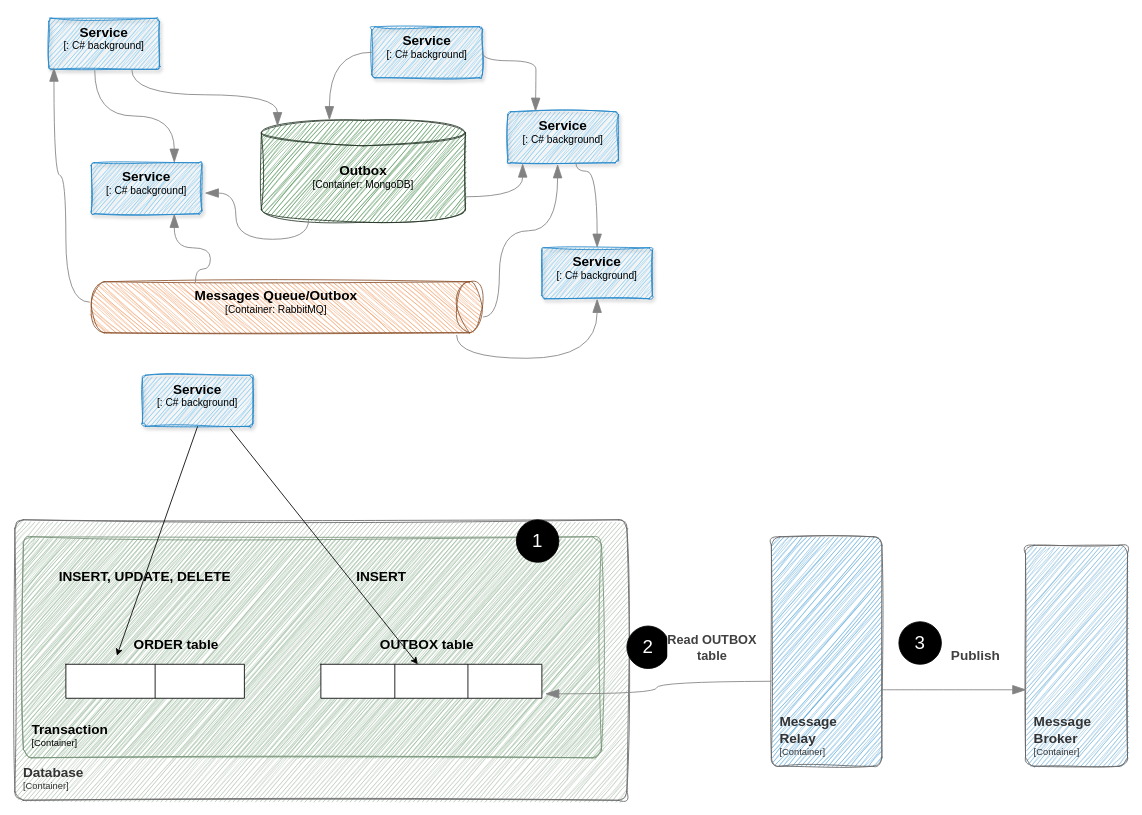
Before: docs/OutboxBreve.drawio in bvarandas/ExchangeX, a draw.io diagram. Source tidied: cells renumbered, new cells numbered last; positions are measured from the earlier drawing's top-left corner, leaving out a move shared by most shapes. Both pictures are drawn from the tidied source at 85%, with x=0, y=0 at pixel (14, 18).
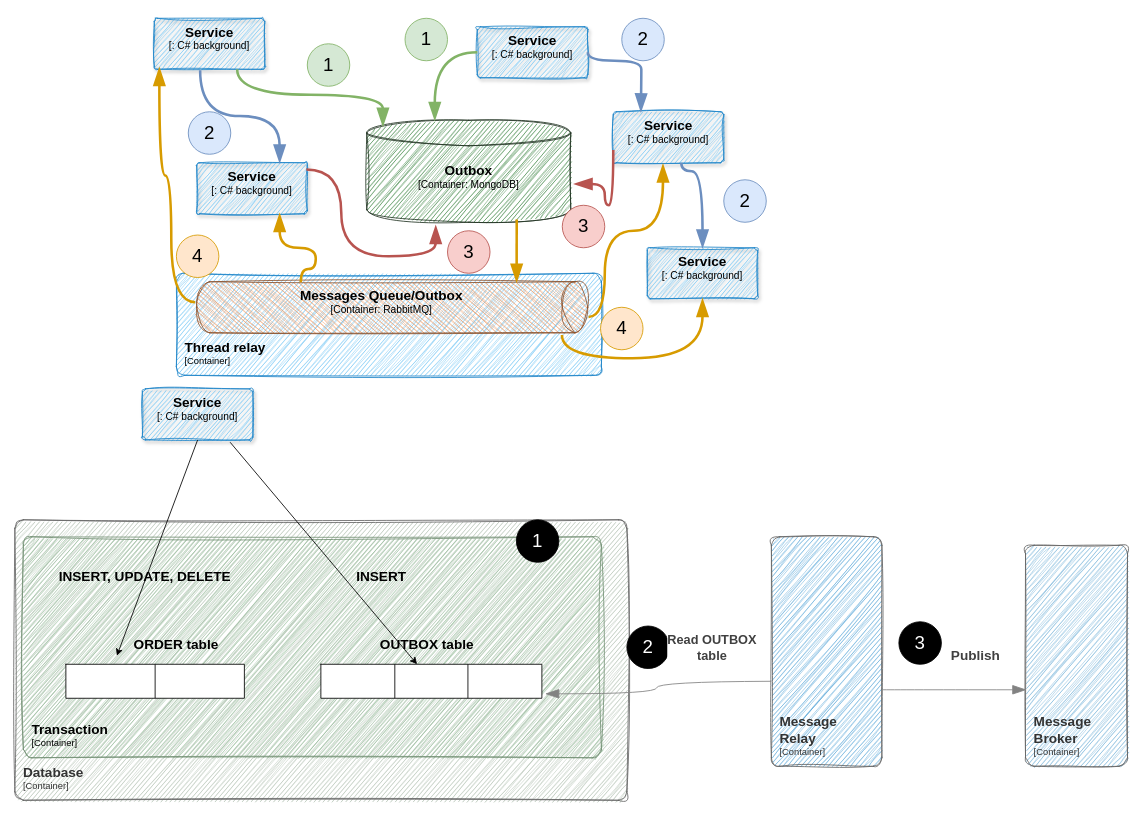
The same page after the edit.

Diff of the diagram source:
```diff
@@
+    <object id="45" label="&lt;font style=&quot;font-size: 16px&quot;&gt;&lt;b&gt;&lt;div style=&quot;text-align: left&quot;&gt;%c4Name%&lt;/div&gt;&lt;/b&gt;&lt;/font&gt;&lt;div style=&quot;text-align: left&quot;&gt;[%c4Application%]&lt;/div&gt;" c4Application="Container" c4Name="Thread relay" placeholders="1">
+      <mxCell style="rounded=1;fontSize=11;whiteSpace=wrap;html=1;arcSize=20;fillColor=#63bef2;strokeColor=#2086c9;labelBackgroundColor=none;align=left;verticalAlign=bottom;labelBorderColor=none;spacingTop=0;spacing=10;perimeter=rectanglePerimeter;noLabel=0;labelPadding=0;absoluteArcSize=1;sketch=1;curveFitting=1;jiggle=2;" parent="1" vertex="1">
+        <mxGeometry x="190" y="300" width="500" height="120" as="geometry" />
+      </mxCell>
+    </object>
     <object id="2" label="&lt;font style=&quot;font-size: 16px&quot;&gt;&lt;b&gt;%c4Name%&lt;/b&gt;&lt;/font&gt;&lt;div&gt;[%c4Type%:&amp;nbsp;%c4Technology%]&lt;/div&gt;&lt;br&gt;&lt;div&gt;&lt;font style=&quot;font-size: 11px&quot;&gt;&lt;font&gt;%c4Description%&lt;/font&gt;&lt;/font&gt;&lt;/div&gt;" c4Description="" c4Name="Messages Queue/Outbox" c4Technology="RabbitMQ" c4Type="Container" placeholders="1">
       <mxCell style="shape=cylinder3;size=15;direction=south;whiteSpace=wrap;html=1;boundedLbl=1;rounded=0;labelBackgroundColor=none;fillColor=#ef8e4e;fontSize=12;fontColor=#000000;align=center;strokeColor=#8b522d;points=[[0.5,0,0],[1,0.25,0],[1,0.5,0],[1,0.75,0],[0.5,1,0],[0,0.75,0],[0,0.5,0],[0,0.25,0]];sketch=1;curveFitting=1;jiggle=2;" parent="1" vertex="1">
-        <mxGeometry x="90" y="310" width="460" height="60" as="geometry" />
+        <mxGeometry x="214" y="310" width="460" height="60" as="geometry" />
       </mxCell>
     </object>
     <object id="3" label="&lt;font style=&quot;font-size: 16px&quot;&gt;&lt;b&gt;%c4Name%&lt;/b&gt;&lt;/font&gt;&lt;div&gt;[%c4Type%: %c4Technology%]&lt;/div&gt;&lt;br&gt;&lt;div&gt;&lt;font style=&quot;font-size: 11px&quot;&gt;%c4Description%&lt;/font&gt;&lt;/div&gt;" c4Description="" c4Name="Service" c4Technology="C# background" c4Type="" placeholders="1">
       <mxCell style="rounded=1;whiteSpace=wrap;html=1;labelBackgroundColor=none;fillColor=#63BEF2;fontColor=#000000;align=center;arcSize=6;strokeColor=#2086C9;points=[[0.25,0,0],[0.5,0,0],[0.75,0,0],[1,0.25,0],[1,0.5,0],[1,0.75,0],[0.75,1,0],[0.5,1,0],[0.25,1,0],[0,0.75,0],[0,0.5,0],[0,0.25,0]];sketch=1;curveFitting=1;jiggle=2;shadow=1;" parent="1" vertex="1">
-        <mxGeometry x="40" width="130" height="60" as="geometry" />
+        <mxGeometry x="164" width="130" height="60" as="geometry" />
       </mxCell>
     </object>
     <object id="4" label="&lt;font style=&quot;font-size: 16px&quot;&gt;&lt;b&gt;%c4Name%&lt;/b&gt;&lt;/font&gt;&lt;div&gt;[%c4Type%: %c4Technology%]&lt;/div&gt;&lt;br&gt;&lt;div&gt;&lt;font style=&quot;font-size: 11px&quot;&gt;%c4Description%&lt;/font&gt;&lt;/div&gt;" c4Description="" c4Name="Service" c4Technology="C# background" c4Type="" placeholders="1">
-      <mxCell style="rounded=1;whiteSpace=wrap;html=1;labelBackgroundColor=none;fillColor=#63BEF2;fontColor=#000000;align=center;arcSize=6;strokeColor=#2086C9;points=[[0.25,0,0],[0.5,0,0],[0.75,0,0],[1,0.25,0],[1,0.5,0],[1,0.75,0],[0.75,1,0],[0.5,1,0],[0.25,1,0],[0,0.75,0],[0,0.5,0],[0,0.25,0]];sketch=1;curveFitting=1;jiggle=2;shadow=1;" parent="1" vertex="1">
-        <mxGeometry x="620" y="270" width="130" height="60" as="geometry" />
+      <mxCell style="rounded=1;whiteSpace=wrap;html=1;labelBackgroundColor=none;fillColor=#63BEF2;fontColor=#000000;align=center;arcSize=6;strokeColor=#2086C9;points=[[0.25,0,0],[0.5,0,0],[0.75,0,0],[1,0.25,0],[1,0.5,0],[1,0.75,0],[0.75,1,0],[0.5,1,0],[0.25,1,0],[0,0.75,0],[0,0.5,0],[0,0.25,0]];shadow=1;sketch=1;curveFitting=1;jiggle=2;" parent="1" vertex="1">
+        <mxGeometry x="744" y="270" width="130" height="60" as="geometry" />
       </mxCell>
     </object>
     <object id="5" label="&lt;font style=&quot;font-size: 16px&quot;&gt;&lt;b&gt;%c4Name%&lt;/b&gt;&lt;/font&gt;&lt;div&gt;[%c4Type%: %c4Technology%]&lt;/div&gt;&lt;br&gt;&lt;div&gt;&lt;font style=&quot;font-size: 11px&quot;&gt;%c4Description%&lt;/font&gt;&lt;/div&gt;" c4Description="" c4Name="Service" c4Technology="C# background" c4Type="" placeholders="1">
       <mxCell style="rounded=1;whiteSpace=wrap;html=1;labelBackgroundColor=none;fillColor=#63BEF2;fontColor=#000000;align=center;arcSize=6;strokeColor=#2086C9;points=[[0.25,0,0],[0.5,0,0],[0.75,0,0],[1,0.25,0],[1,0.5,0],[1,0.75,0],[0.75,1,0],[0.5,1,0],[0.25,1,0],[0,0.75,0],[0,0.5,0],[0,0.25,0]];sketch=1;curveFitting=1;jiggle=2;shadow=1;" parent="1" vertex="1">
-        <mxGeometry x="90" y="170" width="130" height="60" as="geometry" />
+        <mxGeometry x="214" y="170" width="130" height="60" as="geometry" />
       </mxCell>
     </object>
     <object id="6" label="&lt;font style=&quot;font-size: 16px&quot;&gt;&lt;b&gt;%c4Name%&lt;/b&gt;&lt;/font&gt;&lt;div&gt;[%c4Type%: %c4Technology%]&lt;/div&gt;&lt;br&gt;&lt;div&gt;&lt;font style=&quot;font-size: 11px&quot;&gt;%c4Description%&lt;/font&gt;&lt;/div&gt;" c4Description="" c4Name="Service" c4Technology="C# background" c4Type="" placeholders="1">
       <mxCell style="rounded=1;whiteSpace=wrap;html=1;labelBackgroundColor=none;fillColor=#63BEF2;fontColor=#000000;align=center;arcSize=6;strokeColor=#2086C9;points=[[0.25,0,0],[0.5,0,0],[0.75,0,0],[1,0.25,0],[1,0.5,0],[1,0.75,0],[0.75,1,0],[0.5,1,0],[0.25,1,0],[0,0.75,0],[0,0.5,0],[0,0.25,0]];sketch=1;curveFitting=1;jiggle=2;shadow=1;" parent="1" vertex="1">
-        <mxGeometry x="420" y="10" width="130" height="60" as="geometry" />
+        <mxGeometry x="544" y="10" width="130" height="60" as="geometry" />
       </mxCell>
     </object>
     <object id="7" label="&lt;font style=&quot;font-size: 16px&quot;&gt;&lt;b&gt;%c4Name%&lt;/b&gt;&lt;/font&gt;&lt;div&gt;[%c4Type%: %c4Technology%]&lt;/div&gt;&lt;br&gt;&lt;div&gt;&lt;font style=&quot;font-size: 11px&quot;&gt;%c4Description%&lt;/font&gt;&lt;/div&gt;" c4Description="" c4Name="Service" c4Technology="C# background" c4Type="" placeholders="1">
       <mxCell style="rounded=1;whiteSpace=wrap;html=1;labelBackgroundColor=none;fillColor=#63BEF2;fontColor=#000000;align=center;arcSize=6;strokeColor=#2086C9;points=[[0.25,0,0],[0.5,0,0],[0.75,0,0],[1,0.25,0],[1,0.5,0],[1,0.75,0],[0.75,1,0],[0.5,1,0],[0.25,1,0],[0,0.75,0],[0,0.5,0],[0,0.25,0]];sketch=1;curveFitting=1;jiggle=2;shadow=1;" parent="1" vertex="1">
-        <mxGeometry x="580" y="110" width="130" height="60" as="geometry" />
+        <mxGeometry x="704" y="110" width="130" height="60" as="geometry" />
       </mxCell>
     </object>
     <object id="8" label="&lt;font style=&quot;font-size: 16px&quot;&gt;&lt;b&gt;%c4Name%&lt;/b&gt;&lt;/font&gt;&lt;div&gt;[%c4Type%:&amp;nbsp;%c4Technology%]&lt;/div&gt;&lt;br&gt;&lt;div&gt;&lt;font style=&quot;font-size: 11px&quot;&gt;&lt;font&gt;%c4Description%&lt;/font&gt;&lt;/font&gt;&lt;/div&gt;" c4Description="" c4Name="Outbox" c4Technology="MongoDB" c4Type="Container" placeholders="1">
       <mxCell style="shape=cylinder3;size=15;whiteSpace=wrap;html=1;boundedLbl=1;rounded=0;labelBackgroundColor=none;fillColor=#2d7b33;fontSize=12;fontColor=#000000;align=center;strokeColor=#253726;points=[[0.5,0,0],[1,0.25,0],[1,0.5,0],[1,0.75,0],[0.5,1,0],[0,0.75,0],[0,0.5,0],[0,0.25,0]];sketch=1;curveFitting=1;jiggle=2;" parent="1" vertex="1">
-        <mxGeometry x="290" y="120" width="240" height="120" as="geometry" />
+        <mxGeometry x="414" y="120" width="240" height="120" as="geometry" />
       </mxCell>
     </object>
-    <mxCell id="9" style="endArrow=blockThin;html=1;fontSize=10;fontColor=#404040;strokeWidth=1;endFill=1;strokeColor=#828282;elbow=vertical;endSize=14;startSize=14;jumpStyle=arc;jumpSize=16;rounded=0;edgeStyle=orthogonalEdgeStyle;exitX=0.75;exitY=1;exitDx=0;exitDy=0;exitPerimeter=0;entryX=0.079;entryY=0.058;entryDx=0;entryDy=0;entryPerimeter=0;curved=1;" parent="1" edge="1" source="3" target="8">
+    <mxCell id="9" style="endArrow=blockThin;html=1;fontSize=10;fontColor=#404040;strokeWidth=3;endFill=1;strokeColor=#82b366;elbow=vertical;endSize=14;startSize=14;jumpStyle=arc;jumpSize=16;rounded=0;edgeStyle=orthogonalEdgeStyle;exitX=0.75;exitY=1;exitDx=0;exitDy=0;exitPerimeter=0;entryX=0.079;entryY=0.058;entryDx=0;entryDy=0;entryPerimeter=0;curved=1;" parent="1" edge="1" source="3" target="8">
       <mxGeometry relative="1" as="geometry" />
     </mxCell>
-    <mxCell id="10" style="endArrow=blockThin;html=1;fontSize=10;fontColor=#404040;strokeWidth=1;endFill=1;strokeColor=#828282;elbow=vertical;endSize=14;startSize=14;jumpStyle=arc;jumpSize=16;rounded=0;edgeStyle=orthogonalEdgeStyle;exitX=0.415;exitY=1.017;exitDx=0;exitDy=0;exitPerimeter=0;entryX=0.75;entryY=0;entryDx=0;entryDy=0;entryPerimeter=0;curved=1;" parent="1" edge="1" source="3" target="5">
+    <mxCell id="10" style="endArrow=blockThin;html=1;fontSize=10;fontColor=#404040;strokeWidth=3;endFill=1;strokeColor=#6c8ebf;elbow=vertical;endSize=14;startSize=14;jumpStyle=arc;jumpSize=16;rounded=0;edgeStyle=orthogonalEdgeStyle;exitX=0.415;exitY=1.017;exitDx=0;exitDy=0;exitPerimeter=0;entryX=0.75;entryY=0;entryDx=0;entryDy=0;entryPerimeter=0;curved=1;" parent="1" edge="1" source="3" target="5">
       <mxGeometry relative="1" as="geometry" />
     </mxCell>
-    <mxCell id="11" style="endArrow=blockThin;html=1;fontSize=10;fontColor=#404040;strokeWidth=1;endFill=1;strokeColor=#828282;elbow=vertical;endSize=14;startSize=14;jumpStyle=arc;jumpSize=16;rounded=0;edgeStyle=orthogonalEdgeStyle;exitX=0;exitY=0.5;exitDx=0;exitDy=0;exitPerimeter=0;curved=1;" parent="1" edge="1" source="6" target="8">
+    <mxCell id="11" style="endArrow=blockThin;html=1;fontSize=10;fontColor=#404040;strokeWidth=3;endFill=1;strokeColor=#82b366;elbow=vertical;endSize=14;startSize=14;jumpStyle=arc;jumpSize=16;rounded=0;edgeStyle=orthogonalEdgeStyle;exitX=0;exitY=0.5;exitDx=0;exitDy=0;exitPerimeter=0;curved=1;" parent="1" edge="1" source="6" target="8">
       <mxGeometry relative="1" as="geometry">
         <Array as="points">
-          <mxPoint x="370" y="40" />
+          <mxPoint x="494" y="40" />
         </Array>
       </mxGeometry>
     </mxCell>
-    <mxCell id="12" style="endArrow=blockThin;html=1;fontSize=10;fontColor=#404040;strokeWidth=1;endFill=1;strokeColor=#828282;elbow=vertical;endSize=14;startSize=14;jumpStyle=arc;jumpSize=16;rounded=0;edgeStyle=orthogonalEdgeStyle;exitX=1;exitY=0.5;exitDx=0;exitDy=0;exitPerimeter=0;curved=1;entryX=0.25;entryY=0;entryDx=0;entryDy=0;entryPerimeter=0;" parent="1" edge="1" source="6" target="7">
+    <mxCell id="12" style="endArrow=blockThin;html=1;fontSize=10;fontColor=#404040;strokeWidth=3;endFill=1;strokeColor=#6c8ebf;elbow=vertical;endSize=14;startSize=14;jumpStyle=arc;jumpSize=16;rounded=0;edgeStyle=orthogonalEdgeStyle;exitX=1;exitY=0.5;exitDx=0;exitDy=0;exitPerimeter=0;curved=1;entryX=0.25;entryY=0;entryDx=0;entryDy=0;entryPerimeter=0;" parent="1" edge="1" source="6" target="7">
       <mxGeometry relative="1" as="geometry">
         <Array as="points">
-          <mxPoint x="550" y="50" />
-          <mxPoint x="613" y="50" />
-          <mxPoint x="613" y="70" />
+          <mxPoint x="674" y="50" />
+          <mxPoint x="737" y="50" />
+          <mxPoint x="737" y="70" />
         </Array>
       </mxGeometry>
     </mxCell>
-    <mxCell id="13" style="endArrow=blockThin;html=1;fontSize=10;fontColor=#404040;strokeWidth=1;endFill=1;strokeColor=#828282;elbow=vertical;endSize=14;startSize=14;jumpStyle=arc;jumpSize=16;rounded=0;edgeStyle=orthogonalEdgeStyle;exitX=0.4;exitY=1.004;exitDx=0;exitDy=0;exitPerimeter=0;entryX=0.046;entryY=0.967;entryDx=0;entryDy=0;entryPerimeter=0;curved=1;" parent="1" edge="1" source="2" target="3">
+    <mxCell id="13" style="endArrow=blockThin;html=1;fontSize=10;fontColor=#404040;strokeWidth=3;endFill=1;strokeColor=#d79b00;elbow=vertical;endSize=14;startSize=14;jumpStyle=arc;jumpSize=16;rounded=0;edgeStyle=orthogonalEdgeStyle;exitX=0.4;exitY=1.004;exitDx=0;exitDy=0;exitPerimeter=0;entryX=0.046;entryY=0.967;entryDx=0;entryDy=0;entryPerimeter=0;curved=1;" parent="1" edge="1" source="2" target="3">
       <mxGeometry relative="1" as="geometry">
         <Array as="points">
-          <mxPoint x="60" y="334" />
-          <mxPoint x="60" y="185" />
-          <mxPoint x="46" y="185" />
+          <mxPoint x="184" y="334" />
+          <mxPoint x="184" y="185" />
+          <mxPoint x="170" y="185" />
         </Array>
       </mxGeometry>
     </mxCell>
-    <mxCell id="14" style="endArrow=blockThin;html=1;fontSize=10;fontColor=#404040;strokeWidth=1;endFill=1;strokeColor=#828282;elbow=vertical;endSize=14;startSize=14;jumpStyle=arc;jumpSize=16;rounded=0;edgeStyle=orthogonalEdgeStyle;entryX=0.134;entryY=1.013;entryDx=0;entryDy=0;entryPerimeter=0;curved=1;exitX=1;exitY=0.75;exitDx=0;exitDy=0;exitPerimeter=0;" parent="1" edge="1" source="8" target="7">
+    <mxCell id="14" style="endArrow=blockThin;html=1;fontSize=10;fontColor=#404040;strokeWidth=3;endFill=1;strokeColor=#b85450;elbow=vertical;endSize=14;startSize=14;jumpStyle=arc;jumpSize=16;rounded=0;edgeStyle=orthogonalEdgeStyle;entryX=1.017;entryY=0.625;entryDx=0;entryDy=0;entryPerimeter=0;curved=1;exitX=0;exitY=0.75;exitDx=0;exitDy=0;exitPerimeter=0;" parent="1" edge="1" source="7" target="8">
       <mxGeometry relative="1" as="geometry">
         <Array as="points">
-          <mxPoint x="597" y="210" />
+          <mxPoint x="704" y="220" />
+          <mxPoint x="694" y="220" />
+          <mxPoint x="694" y="195" />
         </Array>
       </mxGeometry>
     </mxCell>
-    <mxCell id="15" style="endArrow=blockThin;html=1;fontSize=10;fontColor=#404040;strokeWidth=1;endFill=1;strokeColor=#828282;elbow=vertical;endSize=14;startSize=14;jumpStyle=arc;jumpSize=16;rounded=0;edgeStyle=orthogonalEdgeStyle;exitX=1;exitY=0.5;exitDx=0;exitDy=0;exitPerimeter=0;curved=1;" parent="1" edge="1" target="4">
+    <mxCell id="15" style="endArrow=blockThin;html=1;fontSize=10;fontColor=#404040;strokeWidth=3;endFill=1;strokeColor=#6c8ebf;elbow=vertical;endSize=14;startSize=14;jumpStyle=arc;jumpSize=16;rounded=0;edgeStyle=orthogonalEdgeStyle;exitX=1;exitY=0.5;exitDx=0;exitDy=0;exitPerimeter=0;curved=1;" parent="1" edge="1" target="4">
       <mxGeometry relative="1" as="geometry">
-        <mxPoint x="660" y="170" as="sourcePoint" />
+        <mxPoint x="784" y="170" as="sourcePoint" />
         <Array as="points">
-          <mxPoint x="660" y="180" />
-          <mxPoint x="685" y="180" />
+          <mxPoint x="784" y="180" />
+          <mxPoint x="809" y="180" />
         </Array>
       </mxGeometry>
     </mxCell>
-    <mxCell id="16" style="endArrow=blockThin;html=1;fontSize=10;fontColor=#404040;strokeWidth=1;endFill=1;strokeColor=#828282;elbow=vertical;endSize=14;startSize=14;jumpStyle=arc;jumpSize=16;rounded=0;edgeStyle=orthogonalEdgeStyle;entryX=0.5;entryY=1;entryDx=0;entryDy=0;entryPerimeter=0;curved=1;exitX=1.043;exitY=0.066;exitDx=0;exitDy=0;exitPerimeter=0;" parent="1" edge="1" source="2" target="4">
+    <mxCell id="16" style="endArrow=blockThin;html=1;fontSize=10;fontColor=#404040;strokeWidth=3;endFill=1;strokeColor=#d79b00;elbow=vertical;endSize=14;startSize=14;jumpStyle=arc;jumpSize=16;rounded=0;edgeStyle=orthogonalEdgeStyle;entryX=0.5;entryY=1;entryDx=0;entryDy=0;entryPerimeter=0;curved=1;exitX=1.043;exitY=0.066;exitDx=0;exitDy=0;exitPerimeter=0;" parent="1" edge="1" source="2" target="4">
       <mxGeometry relative="1" as="geometry">
         <Array as="points">
-          <mxPoint x="520" y="400" />
-          <mxPoint x="685" y="400" />
+          <mxPoint x="644" y="400" />
+          <mxPoint x="809" y="400" />
         </Array>
       </mxGeometry>
     </mxCell>
-    <mxCell id="17" style="endArrow=blockThin;html=1;fontSize=10;fontColor=#404040;strokeWidth=1;endFill=1;strokeColor=#828282;elbow=vertical;endSize=14;startSize=14;jumpStyle=arc;jumpSize=16;rounded=0;edgeStyle=orthogonalEdgeStyle;entryX=0.45;entryY=1.028;entryDx=0;entryDy=0;entryPerimeter=0;curved=1;exitX=0.69;exitY=-0.002;exitDx=0;exitDy=0;exitPerimeter=0;" parent="1" edge="1" source="2" target="7">
+    <mxCell id="17" style="endArrow=blockThin;html=1;fontSize=10;fontColor=#404040;strokeWidth=3;endFill=1;strokeColor=#d79b00;elbow=vertical;endSize=14;startSize=14;jumpStyle=arc;jumpSize=16;rounded=0;edgeStyle=orthogonalEdgeStyle;entryX=0.45;entryY=1.028;entryDx=0;entryDy=0;entryPerimeter=0;curved=1;exitX=0.69;exitY=-0.002;exitDx=0;exitDy=0;exitPerimeter=0;" parent="1" edge="1" source="2" target="7">
       <mxGeometry relative="1" as="geometry">
         <Array as="points">
-          <mxPoint x="570" y="351" />
-          <mxPoint x="570" y="250" />
-          <mxPoint x="639" y="250" />
+          <mxPoint x="694" y="351" />
+          <mxPoint x="694" y="250" />
+          <mxPoint x="763" y="250" />
         </Array>
       </mxGeometry>
     </mxCell>
-    <mxCell id="18" style="endArrow=blockThin;html=1;fontSize=10;fontColor=#404040;strokeWidth=1;endFill=1;strokeColor=#828282;elbow=vertical;endSize=14;startSize=14;jumpStyle=arc;jumpSize=16;rounded=0;edgeStyle=orthogonalEdgeStyle;entryX=0.75;entryY=1;entryDx=0;entryDy=0;entryPerimeter=0;curved=1;exitX=0.008;exitY=0.734;exitDx=0;exitDy=0;exitPerimeter=0;" parent="1" edge="1" source="2" target="5">
+    <mxCell id="18" style="endArrow=blockThin;html=1;fontSize=10;fontColor=#404040;strokeWidth=3;endFill=1;strokeColor=#d79b00;elbow=vertical;endSize=14;startSize=14;jumpStyle=arc;jumpSize=16;rounded=0;edgeStyle=orthogonalEdgeStyle;entryX=0.75;entryY=1;entryDx=0;entryDy=0;entryPerimeter=0;curved=1;exitX=0.008;exitY=0.734;exitDx=0;exitDy=0;exitPerimeter=0;" parent="1" edge="1" source="2" target="5">
       <mxGeometry relative="1" as="geometry">
         <Array as="points">
-          <mxPoint x="212" y="295" />
-          <mxPoint x="230" y="295" />
-          <mxPoint x="230" y="270" />
-          <mxPoint x="187" y="270" />
+          <mxPoint x="336" y="295" />
+          <mxPoint x="354" y="295" />
+          <mxPoint x="354" y="270" />
+          <mxPoint x="311" y="270" />
         </Array>
       </mxGeometry>
     </mxCell>
-    <mxCell id="19" style="endArrow=blockThin;html=1;fontSize=10;fontColor=#404040;strokeWidth=1;endFill=1;strokeColor=#828282;elbow=vertical;endSize=14;startSize=14;jumpStyle=arc;jumpSize=16;rounded=0;edgeStyle=orthogonalEdgeStyle;exitX=0.232;exitY=0.973;exitDx=0;exitDy=0;exitPerimeter=0;curved=1;entryX=1.026;entryY=0.594;entryDx=0;entryDy=0;entryPerimeter=0;" parent="1" edge="1" source="8" target="5">
+    <mxCell id="19" style="endArrow=blockThin;html=1;fontSize=10;fontColor=#404040;strokeWidth=3;endFill=1;strokeColor=#b85450;elbow=vertical;endSize=14;startSize=14;jumpStyle=arc;jumpSize=16;rounded=0;edgeStyle=orthogonalEdgeStyle;exitX=0.992;exitY=0.133;exitDx=0;exitDy=0;exitPerimeter=0;curved=1;entryX=0.338;entryY=1.033;entryDx=0;entryDy=0;entryPerimeter=0;" parent="1" edge="1" source="5" target="8">
       <mxGeometry relative="1" as="geometry">
         <Array as="points">
-          <mxPoint x="346" y="260" />
-          <mxPoint x="260" y="260" />
-          <mxPoint x="260" y="206" />
+          <mxPoint x="384" y="178" />
+          <mxPoint x="384" y="280" />
+          <mxPoint x="495" y="280" />
         </Array>
       </mxGeometry>
     </mxCell>
     <object id="20" label="&lt;font style=&quot;font-size: 16px&quot;&gt;&lt;b&gt;%c4Name%&lt;/b&gt;&lt;/font&gt;&lt;div&gt;[%c4Type%: %c4Technology%]&lt;/div&gt;&lt;br&gt;&lt;div&gt;&lt;font style=&quot;font-size: 11px&quot;&gt;%c4Description%&lt;/font&gt;&lt;/div&gt;" c4Description="" c4Name="Service" c4Technology="C# background" c4Type="" placeholders="1">
       <mxCell style="rounded=1;whiteSpace=wrap;html=1;labelBackgroundColor=none;fillColor=#63BEF2;fontColor=#000000;align=center;arcSize=6;strokeColor=#2086C9;points=[[0.25,0,0],[0.5,0,0],[0.75,0,0],[1,0.25,0],[1,0.5,0],[1,0.75,0],[0.75,1,0],[0.5,1,0],[0.25,1,0],[0,0.75,0],[0,0.5,0],[0,0.25,0]];sketch=1;curveFitting=1;jiggle=2;shadow=1;" parent="1" vertex="1">
-        <mxGeometry x="150" y="420" width="130" height="60" as="geometry" />
+        <mxGeometry x="150" y="436" width="130" height="60" as="geometry" />
       </mxCell>
     </object>
@@
+    <mxCell id="46" value="2" style="ellipse;whiteSpace=wrap;html=1;fillColor=#dae8fc;fontSize=22;strokeColor=#6c8ebf;" parent="1" vertex="1">
+      <mxGeometry x="204" y="110" width="50" height="50" as="geometry" />
+    </mxCell>
+    <mxCell id="47" value="2" style="ellipse;whiteSpace=wrap;html=1;fillColor=#dae8fc;fontSize=22;strokeColor=#6c8ebf;" parent="1" vertex="1">
+      <mxGeometry x="714" width="50" height="50" as="geometry" />
+    </mxCell>
+    <mxCell id="48" value="2" style="ellipse;whiteSpace=wrap;html=1;fillColor=#dae8fc;fontSize=22;strokeColor=#6c8ebf;" parent="1" vertex="1">
+      <mxGeometry x="834" y="190" width="50" height="50" as="geometry" />
+    </mxCell>
+    <mxCell id="49" value="1" style="ellipse;whiteSpace=wrap;html=1;fillColor=#d5e8d4;fontSize=22;strokeColor=#82b366;" parent="1" vertex="1">
+      <mxGeometry x="344" y="30" width="50" height="50" as="geometry" />
+    </mxCell>
+    <mxCell id="50" value="3" style="ellipse;whiteSpace=wrap;html=1;fillColor=#f8cecc;fontSize=22;strokeColor=#b85450;" parent="1" vertex="1">
+      <mxGeometry x="644" y="220" width="50" height="50" as="geometry" />
+    </mxCell>
+    <mxCell id="51" value="3" style="ellipse;whiteSpace=wrap;html=1;fillColor=#f8cecc;fontSize=22;strokeColor=#b85450;" parent="1" vertex="1">
+      <mxGeometry x="509" y="250" width="50" height="50" as="geometry" />
+    </mxCell>
+    <mxCell id="52" value="1" style="ellipse;whiteSpace=wrap;html=1;fillColor=#d5e8d4;fontSize=22;strokeColor=#82b366;" parent="1" vertex="1">
+      <mxGeometry x="459" width="50" height="50" as="geometry" />
+    </mxCell>
+    <mxCell id="53" value="4" style="ellipse;whiteSpace=wrap;html=1;fillColor=#ffe6cc;fontSize=22;strokeColor=#d79b00;" parent="1" vertex="1">
+      <mxGeometry x="190" y="255" width="50" height="50" as="geometry" />
+    </mxCell>
+    <mxCell id="54" value="4" style="ellipse;whiteSpace=wrap;html=1;fillColor=#ffe6cc;fontSize=22;strokeColor=#d79b00;" parent="1" vertex="1">
+      <mxGeometry x="689" y="340" width="50" height="50" as="geometry" />
+    </mxCell>
+    <mxCell id="55" style="endArrow=blockThin;html=1;fontSize=10;fontColor=#404040;strokeWidth=3;endFill=1;strokeColor=#d79b00;elbow=vertical;endSize=14;startSize=14;jumpStyle=arc;jumpSize=16;rounded=0;edgeStyle=orthogonalEdgeStyle;curved=1;exitX=0.735;exitY=0.973;exitDx=0;exitDy=0;exitPerimeter=0;entryX=0.004;entryY=0.182;entryDx=0;entryDy=0;entryPerimeter=0;" parent="1" edge="1" source="8" target="2">
+      <mxGeometry relative="1" as="geometry" />
+    </mxCell>
```
